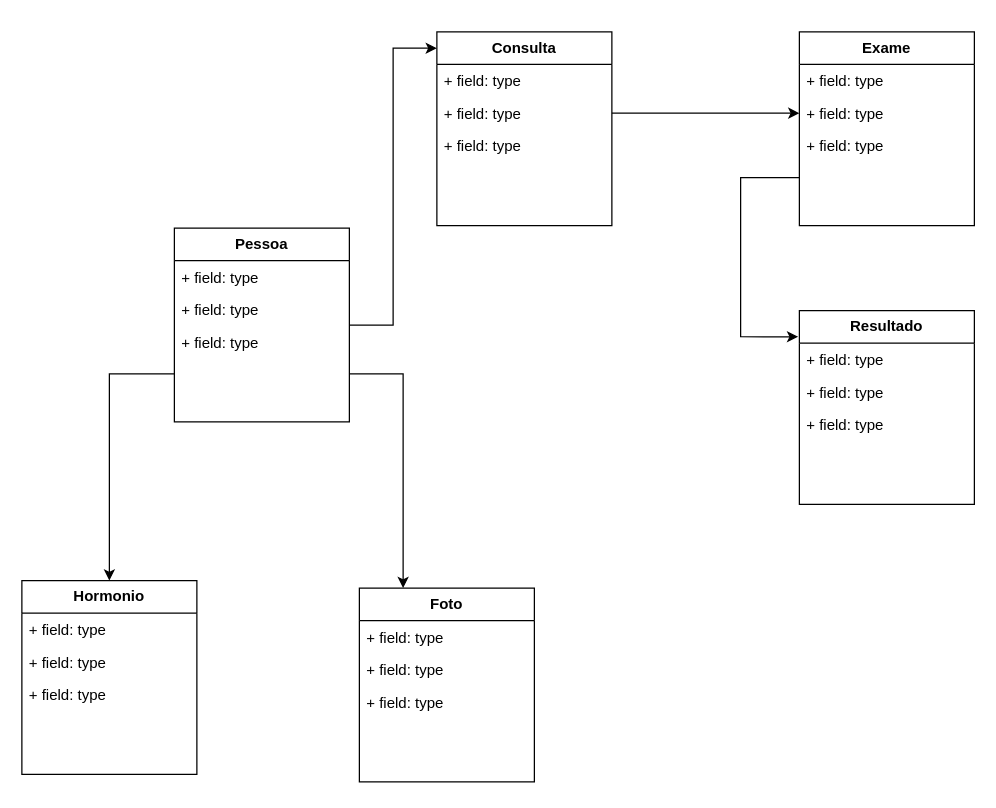
Before: classe-dominio.drawio in brenojsilva/diagramas-es-1, a draw.io diagram. Source tidied: cells renumbered, new cells numbered last; positions are measured from the earlier drawing's top-left corner, leaving out a move shared by most shapes. Both pictures are drawn from the tidied source at 125%, with x=0, y=0 at pixel (21, 31).
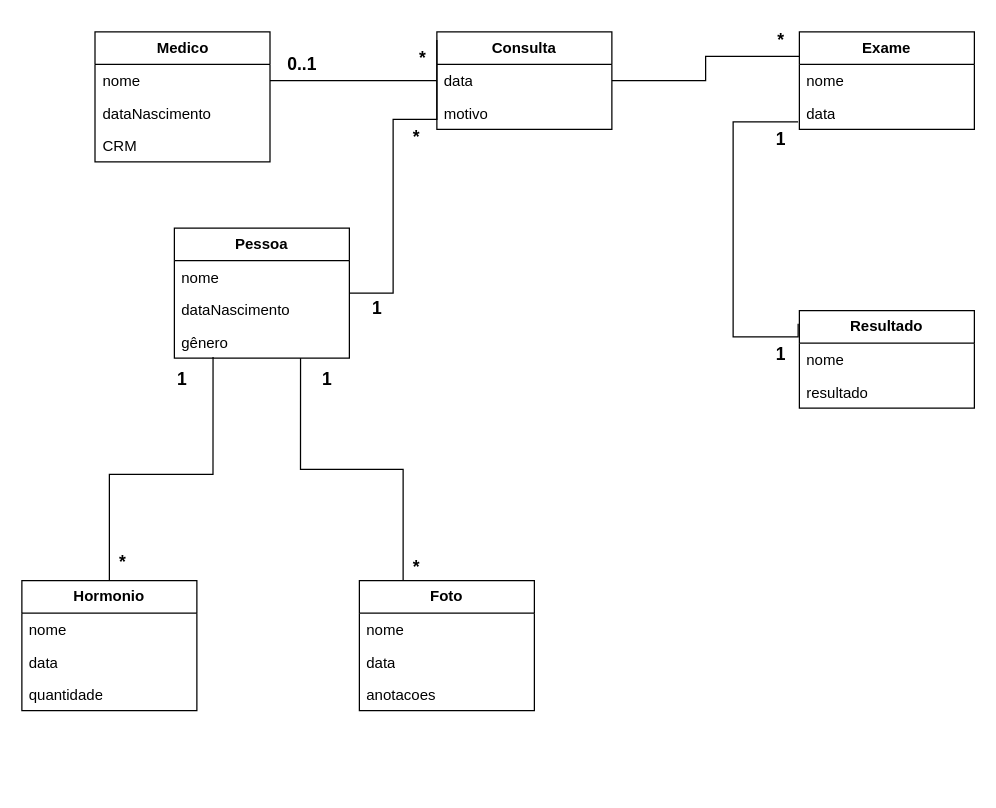
The same diagram, later.

What changed in the source:
```diff
@@
     <mxCell id="2" value="&lt;b&gt;Foto&lt;/b&gt;" style="swimlane;fontStyle=0;horizontal=1;startSize=26;fillColor=none;whiteSpace=wrap;html=1;" parent="1" vertex="1">
-      <mxGeometry x="270" y="445" width="140" height="155" as="geometry" />
+      <mxGeometry x="270" y="439" width="140" height="104" as="geometry" />
     </mxCell>
-    <mxCell id="3" value="+ field: type" style="text;strokeColor=none;fillColor=none;align=left;verticalAlign=top;spacingLeft=4;spacingRight=4;overflow=hidden;whiteSpace=wrap;html=1;" parent="2" vertex="1">
+    <mxCell id="3" value="nome" style="text;strokeColor=none;fillColor=none;align=left;verticalAlign=top;spacingLeft=4;spacingRight=4;overflow=hidden;whiteSpace=wrap;html=1;" parent="2" vertex="1">
       <mxGeometry y="26" width="140" height="26" as="geometry" />
     </mxCell>
-    <mxCell id="4" value="+ field: type" style="text;strokeColor=none;fillColor=none;align=left;verticalAlign=top;spacingLeft=4;spacingRight=4;overflow=hidden;whiteSpace=wrap;html=1;" parent="2" vertex="1">
+    <mxCell id="4" value="data" style="text;strokeColor=none;fillColor=none;align=left;verticalAlign=top;spacingLeft=4;spacingRight=4;overflow=hidden;whiteSpace=wrap;html=1;" parent="2" vertex="1">
       <mxGeometry y="52" width="140" height="26" as="geometry" />
     </mxCell>
-    <mxCell id="5" value="+ field: type" style="text;strokeColor=none;fillColor=none;align=left;verticalAlign=top;spacingLeft=4;spacingRight=4;overflow=hidden;whiteSpace=wrap;html=1;" parent="2" vertex="1">
-      <mxGeometry y="78" width="140" height="77" as="geometry" />
-    </mxCell>
+    <mxCell id="31" value="anotacoes" style="text;strokeColor=none;fillColor=none;align=left;verticalAlign=top;spacingLeft=4;spacingRight=4;overflow=hidden;whiteSpace=wrap;html=1;" parent="2" vertex="1">
+      <mxGeometry y="78" width="140" height="26" as="geometry" />
+    </mxCell>
     <mxCell id="6" value="&lt;b&gt;Hormonio&lt;/b&gt;" style="swimlane;fontStyle=0;horizontal=1;startSize=26;fillColor=none;whiteSpace=wrap;html=1;" parent="1" vertex="1">
-      <mxGeometry y="439" width="140" height="155" as="geometry" />
+      <mxGeometry y="439" width="140" height="104" as="geometry" />
     </mxCell>
-    <mxCell id="7" value="+ field: type" style="text;strokeColor=none;fillColor=none;align=left;verticalAlign=top;spacingLeft=4;spacingRight=4;overflow=hidden;whiteSpace=wrap;html=1;" parent="6" vertex="1">
+    <mxCell id="7" value="nome" style="text;strokeColor=none;fillColor=none;align=left;verticalAlign=top;spacingLeft=4;spacingRight=4;overflow=hidden;whiteSpace=wrap;html=1;" parent="6" vertex="1">
       <mxGeometry y="26" width="140" height="26" as="geometry" />
     </mxCell>
-    <mxCell id="8" value="+ field: type" style="text;strokeColor=none;fillColor=none;align=left;verticalAlign=top;spacingLeft=4;spacingRight=4;overflow=hidden;whiteSpace=wrap;html=1;" parent="6" vertex="1">
+    <mxCell id="8" value="data" style="text;strokeColor=none;fillColor=none;align=left;verticalAlign=top;spacingLeft=4;spacingRight=4;overflow=hidden;whiteSpace=wrap;html=1;" parent="6" vertex="1">
       <mxGeometry y="52" width="140" height="26" as="geometry" />
     </mxCell>
-    <mxCell id="9" value="+ field: type" style="text;strokeColor=none;fillColor=none;align=left;verticalAlign=top;spacingLeft=4;spacingRight=4;overflow=hidden;whiteSpace=wrap;html=1;" parent="6" vertex="1">
-      <mxGeometry y="78" width="140" height="77" as="geometry" />
-    </mxCell>
+    <mxCell id="32" value="quantidade" style="text;strokeColor=none;fillColor=none;align=left;verticalAlign=top;spacingLeft=4;spacingRight=4;overflow=hidden;whiteSpace=wrap;html=1;" parent="6" vertex="1">
+      <mxGeometry y="78" width="140" height="26" as="geometry" />
+    </mxCell>
-    <mxCell id="10" style="edgeStyle=orthogonalEdgeStyle;rounded=0;jettySize=auto;html=1;entryX=0;entryY=0.084;entryDx=0;entryDy=0;entryPerimeter=0;" parent="1" edge="1" source="11" target="15">
-      <mxGeometry relative="1" as="geometry" />
+    <mxCell id="10" style="edgeStyle=orthogonalEdgeStyle;rounded=0;jettySize=auto;html=1;entryX=0;entryY=0.084;entryDx=0;entryDy=0;entryPerimeter=0;endArrow=none;endFill=0;" parent="1" edge="1" source="11" target="15">
+      <mxGeometry relative="1" as="geometry">
+        <Array as="points">
+          <mxPoint x="297" y="209" />
+          <mxPoint x="297" y="70" />
+          <mxPoint x="332" y="70" />
+        </Array>
+      </mxGeometry>
     </mxCell>
     <mxCell id="11" value="&lt;b&gt;Pessoa&lt;/b&gt;" style="swimlane;fontStyle=0;horizontal=1;startSize=26;fillColor=none;whiteSpace=wrap;html=1;" parent="1" vertex="1">
-      <mxGeometry x="122" y="157" width="140" height="155" as="geometry" />
+      <mxGeometry x="122" y="157" width="140" height="104" as="geometry" />
     </mxCell>
-    <mxCell id="12" value="+ field: type" style="text;strokeColor=none;fillColor=none;align=left;verticalAlign=top;spacingLeft=4;spacingRight=4;overflow=hidden;whiteSpace=wrap;html=1;" parent="11" vertex="1">
+    <mxCell id="12" value="nome" style="text;strokeColor=none;fillColor=none;align=left;verticalAlign=top;spacingLeft=4;spacingRight=4;overflow=hidden;whiteSpace=wrap;html=1;" parent="11" vertex="1">
       <mxGeometry y="26" width="140" height="26" as="geometry" />
     </mxCell>
-    <mxCell id="13" value="+ field: type" style="text;strokeColor=none;fillColor=none;align=left;verticalAlign=top;spacingLeft=4;spacingRight=4;overflow=hidden;whiteSpace=wrap;html=1;" parent="11" vertex="1">
+    <mxCell id="13" value="dataNascimento" style="text;strokeColor=none;fillColor=none;align=left;verticalAlign=top;spacingLeft=4;spacingRight=4;overflow=hidden;whiteSpace=wrap;html=1;" parent="11" vertex="1">
       <mxGeometry y="52" width="140" height="26" as="geometry" />
     </mxCell>
-    <mxCell id="14" value="+ field: type" style="text;strokeColor=none;fillColor=none;align=left;verticalAlign=top;spacingLeft=4;spacingRight=4;overflow=hidden;points=[[0,0.5],[1,0.5]];portConstraint=eastwest;whiteSpace=wrap;html=1;" parent="11" vertex="1">
-      <mxGeometry y="78" width="140" height="77" as="geometry" />
-    </mxCell>
+    <mxCell id="33" value="gênero&amp;nbsp;" style="text;strokeColor=none;fillColor=none;align=left;verticalAlign=top;spacingLeft=4;spacingRight=4;overflow=hidden;points=[[0,0.5],[1,0.5]];portConstraint=eastwest;whiteSpace=wrap;html=1;" parent="11" vertex="1">
+      <mxGeometry y="78" width="140" height="26" as="geometry" />
+    </mxCell>
     <mxCell id="15" value="&lt;b&gt;Consulta&lt;/b&gt;" style="swimlane;fontStyle=0;horizontal=1;startSize=26;fillColor=none;whiteSpace=wrap;html=1;" parent="1" vertex="1">
-      <mxGeometry x="332" width="140" height="155" as="geometry" />
+      <mxGeometry x="332" width="140" height="78" as="geometry" />
     </mxCell>
-    <mxCell id="16" value="+ field: type" style="text;strokeColor=none;fillColor=none;align=left;verticalAlign=top;spacingLeft=4;spacingRight=4;overflow=hidden;points=[[0,0.5],[1,0.5]];portConstraint=eastwest;whiteSpace=wrap;html=1;" parent="15" vertex="1">
+    <mxCell id="16" value="data" style="text;strokeColor=none;fillColor=none;align=left;verticalAlign=top;spacingLeft=4;spacingRight=4;overflow=hidden;points=[[0,0.5],[1,0.5]];portConstraint=eastwest;whiteSpace=wrap;html=1;" parent="15" vertex="1">
       <mxGeometry y="26" width="140" height="26" as="geometry" />
     </mxCell>
-    <mxCell id="17" value="+ field: type" style="text;strokeColor=none;fillColor=none;align=left;verticalAlign=top;spacingLeft=4;spacingRight=4;overflow=hidden;points=[[0,0.5],[1,0.5]];portConstraint=eastwest;whiteSpace=wrap;html=1;" parent="15" vertex="1">
+    <mxCell id="17" value="motivo" style="text;strokeColor=none;fillColor=none;align=left;verticalAlign=top;spacingLeft=4;spacingRight=4;overflow=hidden;points=[[0,0.5],[1,0.5]];portConstraint=eastwest;whiteSpace=wrap;html=1;" parent="15" vertex="1">
       <mxGeometry y="52" width="140" height="26" as="geometry" />
     </mxCell>
-    <mxCell id="18" value="+ field: type" style="text;strokeColor=none;fillColor=none;align=left;verticalAlign=top;spacingLeft=4;spacingRight=4;overflow=hidden;whiteSpace=wrap;html=1;" parent="15" vertex="1">
-      <mxGeometry y="78" width="140" height="77" as="geometry" />
-    </mxCell>
     <mxCell id="19" value="&lt;b&gt;Exame&lt;/b&gt;" style="swimlane;fontStyle=0;horizontal=1;startSize=26;fillColor=none;whiteSpace=wrap;html=1;" parent="1" vertex="1">
-      <mxGeometry x="622" width="140" height="155" as="geometry" />
+      <mxGeometry x="622" width="140" height="78" as="geometry" />
     </mxCell>
-    <mxCell id="20" value="+ field: type" style="text;strokeColor=none;fillColor=none;align=left;verticalAlign=top;spacingLeft=4;spacingRight=4;overflow=hidden;whiteSpace=wrap;html=1;" parent="19" vertex="1">
+    <mxCell id="20" value="nome" style="text;strokeColor=none;fillColor=none;align=left;verticalAlign=top;spacingLeft=4;spacingRight=4;overflow=hidden;whiteSpace=wrap;html=1;" parent="19" vertex="1">
       <mxGeometry y="26" width="140" height="26" as="geometry" />
     </mxCell>
-    <mxCell id="21" value="+ field: type" style="text;strokeColor=none;fillColor=none;align=left;verticalAlign=top;spacingLeft=4;spacingRight=4;overflow=hidden;points=[[0,0.5],[1,0.5]];portConstraint=eastwest;whiteSpace=wrap;html=1;" parent="19" vertex="1">
+    <mxCell id="21" value="data" style="text;strokeColor=none;fillColor=none;align=left;verticalAlign=top;spacingLeft=4;spacingRight=4;overflow=hidden;points=[[0,0.5],[1,0.5]];portConstraint=eastwest;whiteSpace=wrap;html=1;" parent="19" vertex="1">
       <mxGeometry y="52" width="140" height="26" as="geometry" />
     </mxCell>
-    <mxCell id="22" value="+ field: type" style="text;strokeColor=none;fillColor=none;align=left;verticalAlign=top;spacingLeft=4;spacingRight=4;overflow=hidden;points=[[0,0.5],[1,0.5]];portConstraint=eastwest;whiteSpace=wrap;html=1;" parent="19" vertex="1">
-      <mxGeometry y="78" width="140" height="77" as="geometry" />
-    </mxCell>
     <mxCell id="23" value="&lt;b&gt;Resultado&lt;/b&gt;" style="swimlane;fontStyle=0;horizontal=1;startSize=26;fillColor=none;whiteSpace=wrap;html=1;" parent="1" vertex="1">
-      <mxGeometry x="622" y="223" width="140" height="155" as="geometry" />
+      <mxGeometry x="622" y="223" width="140" height="78" as="geometry" />
     </mxCell>
-    <mxCell id="24" value="+ field: type" style="text;strokeColor=none;fillColor=none;align=left;verticalAlign=top;spacingLeft=4;spacingRight=4;overflow=hidden;whiteSpace=wrap;html=1;" parent="23" vertex="1">
+    <mxCell id="24" value="nome" style="text;strokeColor=none;fillColor=none;align=left;verticalAlign=top;spacingLeft=4;spacingRight=4;overflow=hidden;whiteSpace=wrap;html=1;" parent="23" vertex="1">
       <mxGeometry y="26" width="140" height="26" as="geometry" />
     </mxCell>
-    <mxCell id="25" value="+ field: type" style="text;strokeColor=none;fillColor=none;align=left;verticalAlign=top;spacingLeft=4;spacingRight=4;overflow=hidden;whiteSpace=wrap;html=1;" parent="23" vertex="1">
+    <mxCell id="25" value="resultado" style="text;strokeColor=none;fillColor=none;align=left;verticalAlign=top;spacingLeft=4;spacingRight=4;overflow=hidden;whiteSpace=wrap;html=1;" parent="23" vertex="1">
       <mxGeometry y="52" width="140" height="26" as="geometry" />
     </mxCell>
-    <mxCell id="26" value="+ field: type" style="text;strokeColor=none;fillColor=none;align=left;verticalAlign=top;spacingLeft=4;spacingRight=4;overflow=hidden;whiteSpace=wrap;html=1;" parent="23" vertex="1">
-      <mxGeometry y="78" width="140" height="77" as="geometry" />
-    </mxCell>
-    <mxCell id="27" style="edgeStyle=orthogonalEdgeStyle;rounded=0;jettySize=auto;html=1;entryX=0.5;entryY=0;entryDx=0;entryDy=0;" parent="1" edge="1" source="14" target="6">
-      <mxGeometry relative="1" as="geometry" />
+    <mxCell id="27" style="edgeStyle=orthogonalEdgeStyle;rounded=0;jettySize=auto;html=1;entryX=0.5;entryY=0;entryDx=0;entryDy=0;exitX=0.221;exitY=0.962;exitDx=0;exitDy=0;exitPerimeter=0;endArrow=none;endFill=0;" parent="1" edge="1" source="33" target="6">
+      <mxGeometry relative="1" as="geometry">
+        <Array as="points">
+          <mxPoint x="153" y="354" />
+          <mxPoint x="70" y="354" />
+        </Array>
+      </mxGeometry>
     </mxCell>
-    <mxCell id="28" style="edgeStyle=orthogonalEdgeStyle;rounded=0;jettySize=auto;html=1;entryX=0.25;entryY=0;entryDx=0;entryDy=0;" parent="1" edge="1" source="14" target="2">
+    <mxCell id="28" style="edgeStyle=orthogonalEdgeStyle;rounded=0;jettySize=auto;html=1;entryX=0.25;entryY=0;entryDx=0;entryDy=0;exitX=0.721;exitY=1;exitDx=0;exitDy=0;exitPerimeter=0;endArrow=none;endFill=0;" parent="1" edge="1" source="33" target="2">
       <mxGeometry relative="1" as="geometry" />
     </mxCell>
-    <mxCell id="29" style="edgeStyle=orthogonalEdgeStyle;rounded=0;jettySize=auto;html=1;entryX=0;entryY=0.5;entryDx=0;entryDy=0;" parent="1" edge="1" source="17" target="21">
-      <mxGeometry relative="1" as="geometry" />
-    </mxCell>
-    <mxCell id="30" style="edgeStyle=orthogonalEdgeStyle;rounded=0;jettySize=auto;html=1;entryX=-0.007;entryY=0.135;entryDx=0;entryDy=0;entryPerimeter=0;" parent="1" edge="1" source="22" target="23">
+    <mxCell id="30" style="edgeStyle=orthogonalEdgeStyle;rounded=0;jettySize=auto;html=1;entryX=-0.007;entryY=0.135;entryDx=0;entryDy=0;entryPerimeter=0;endArrow=none;endFill=0;exitX=-0.007;exitY=0.769;exitDx=0;exitDy=0;exitPerimeter=0;" parent="1" edge="1" source="21" target="23">
       <mxGeometry relative="1" as="geometry">
         <Array as="points">
-          <mxPoint x="575" y="117" />
-          <mxPoint x="575" y="244" />
+          <mxPoint x="569" y="72" />
+          <mxPoint x="569" y="244" />
         </Array>
       </mxGeometry>
     </mxCell>
+    <mxCell id="34" value="&lt;b style=&quot;border-color: var(--border-color);&quot;&gt;&lt;font style=&quot;border-color: var(--border-color); font-size: 14px;&quot;&gt;1&lt;/font&gt;&lt;/b&gt;" style="text;html=1;strokeColor=none;fillColor=none;align=center;verticalAlign=middle;whiteSpace=wrap;rounded=0;" parent="1" vertex="1">
+      <mxGeometry x="219" y="263" width="51" height="30" as="geometry" />
+    </mxCell>
+    <mxCell id="35" value="&lt;font style=&quot;font-size: 14px;&quot;&gt;&lt;b&gt;1&lt;/b&gt;&lt;/font&gt;" style="text;html=1;strokeColor=none;fillColor=none;align=center;verticalAlign=middle;whiteSpace=wrap;rounded=0;" parent="1" vertex="1">
+      <mxGeometry x="103" y="263" width="51" height="30" as="geometry" />
+    </mxCell>
+    <mxCell id="36" value="&lt;b style=&quot;border-color: var(--border-color);&quot;&gt;&lt;font style=&quot;border-color: var(--border-color); font-size: 14px;&quot;&gt;*&lt;/font&gt;&lt;/b&gt;" style="text;html=1;strokeColor=none;fillColor=none;align=center;verticalAlign=middle;whiteSpace=wrap;rounded=0;" parent="1" vertex="1">
+      <mxGeometry x="305" y="413" width="22" height="30" as="geometry" />
+    </mxCell>
+    <mxCell id="37" value="&lt;b style=&quot;border-color: var(--border-color);&quot;&gt;&lt;font style=&quot;border-color: var(--border-color); font-size: 14px;&quot;&gt;*&lt;/font&gt;&lt;/b&gt;" style="text;html=1;strokeColor=none;fillColor=none;align=center;verticalAlign=middle;whiteSpace=wrap;rounded=0;" parent="1" vertex="1">
+      <mxGeometry x="70" y="409" width="22" height="30" as="geometry" />
+    </mxCell>
+    <mxCell id="38" value="&lt;b style=&quot;border-color: var(--border-color);&quot;&gt;&lt;font style=&quot;border-color: var(--border-color); font-size: 14px;&quot;&gt;*&lt;/font&gt;&lt;/b&gt;" style="text;html=1;strokeColor=none;fillColor=none;align=center;verticalAlign=middle;whiteSpace=wrap;rounded=0;" parent="1" vertex="1">
+      <mxGeometry x="305" y="69" width="22" height="30" as="geometry" />
+    </mxCell>
+    <mxCell id="39" value="&lt;b style=&quot;border-color: var(--border-color);&quot;&gt;&lt;font style=&quot;border-color: var(--border-color); font-size: 14px;&quot;&gt;1&lt;/font&gt;&lt;/b&gt;" style="text;html=1;strokeColor=none;fillColor=none;align=center;verticalAlign=middle;whiteSpace=wrap;rounded=0;" parent="1" vertex="1">
+      <mxGeometry x="259" y="206" width="51" height="30" as="geometry" />
+    </mxCell>
+    <mxCell id="40" value="&lt;b&gt;Medico&lt;/b&gt;" style="swimlane;fontStyle=0;horizontal=1;startSize=26;fillColor=none;whiteSpace=wrap;html=1;" parent="1" vertex="1">
+      <mxGeometry x="58.5" width="140" height="104" as="geometry" />
+    </mxCell>
+    <mxCell id="41" value="nome" style="text;strokeColor=none;fillColor=none;align=left;verticalAlign=top;spacingLeft=4;spacingRight=4;overflow=hidden;points=[[0,0.5],[1,0.5]];portConstraint=eastwest;whiteSpace=wrap;html=1;" parent="40" vertex="1">
+      <mxGeometry y="26" width="140" height="26" as="geometry" />
+    </mxCell>
+    <mxCell id="42" value="dataNascimento" style="text;strokeColor=none;fillColor=none;align=left;verticalAlign=top;spacingLeft=4;spacingRight=4;overflow=hidden;whiteSpace=wrap;html=1;" parent="40" vertex="1">
+      <mxGeometry y="52" width="140" height="26" as="geometry" />
+    </mxCell>
+    <mxCell id="43" value="CRM" style="text;strokeColor=none;fillColor=none;align=left;verticalAlign=top;spacingLeft=4;spacingRight=4;overflow=hidden;whiteSpace=wrap;html=1;" parent="40" vertex="1">
+      <mxGeometry y="78" width="140" height="26" as="geometry" />
+    </mxCell>
+    <mxCell id="44" style="edgeStyle=orthogonalEdgeStyle;rounded=0;jettySize=auto;html=1;entryX=0;entryY=0.5;entryDx=0;entryDy=0;endArrow=none;endFill=0;" parent="1" edge="1" source="41" target="16">
+      <mxGeometry relative="1" as="geometry" />
+    </mxCell>
+    <mxCell id="45" value="&lt;b style=&quot;border-color: var(--border-color);&quot;&gt;&lt;font style=&quot;border-color: var(--border-color); font-size: 14px;&quot;&gt;*&lt;/font&gt;&lt;/b&gt;" style="text;html=1;strokeColor=none;fillColor=none;align=center;verticalAlign=middle;whiteSpace=wrap;rounded=0;" parent="1" vertex="1">
+      <mxGeometry x="310" width="22" height="41" as="geometry" />
+    </mxCell>
+    <mxCell id="46" value="&lt;b style=&quot;border-color: var(--border-color);&quot;&gt;&lt;font style=&quot;border-color: var(--border-color); font-size: 14px;&quot;&gt;0..1&lt;/font&gt;&lt;/b&gt;" style="text;html=1;strokeColor=none;fillColor=none;align=center;verticalAlign=middle;whiteSpace=wrap;rounded=0;" parent="1" vertex="1">
+      <mxGeometry x="198.5" y="11" width="51" height="30" as="geometry" />
+    </mxCell>
+    <mxCell id="47" value="&lt;b style=&quot;border-color: var(--border-color);&quot;&gt;&lt;font style=&quot;border-color: var(--border-color); font-size: 14px;&quot;&gt;*&lt;/font&gt;&lt;/b&gt;" style="text;html=1;strokeColor=none;fillColor=none;align=center;verticalAlign=middle;whiteSpace=wrap;rounded=0;" parent="1" vertex="1">
+      <mxGeometry x="582" y="-8" width="51" height="30" as="geometry" />
+    </mxCell>
+    <mxCell id="48" value="&lt;b style=&quot;border-color: var(--border-color);&quot;&gt;&lt;font style=&quot;border-color: var(--border-color); font-size: 14px;&quot;&gt;1&lt;/font&gt;&lt;/b&gt;" style="text;html=1;strokeColor=none;fillColor=none;align=center;verticalAlign=middle;whiteSpace=wrap;rounded=0;" parent="1" vertex="1">
+      <mxGeometry x="582" y="243" width="51" height="30" as="geometry" />
+    </mxCell>
+    <mxCell id="49" value="&lt;b style=&quot;border-color: var(--border-color);&quot;&gt;&lt;font style=&quot;border-color: var(--border-color); font-size: 14px;&quot;&gt;1&lt;/font&gt;&lt;/b&gt;" style="text;html=1;strokeColor=none;fillColor=none;align=center;verticalAlign=middle;whiteSpace=wrap;rounded=0;" parent="1" vertex="1">
+      <mxGeometry x="582" y="71" width="51" height="30" as="geometry" />
+    </mxCell>
+    <mxCell id="50" style="edgeStyle=orthogonalEdgeStyle;rounded=0;jettySize=auto;html=1;entryX=0;entryY=0.25;entryDx=0;entryDy=0;endArrow=none;endFill=0;" parent="1" edge="1" source="16" target="19">
+      <mxGeometry relative="1" as="geometry" />
+    </mxCell>
```
